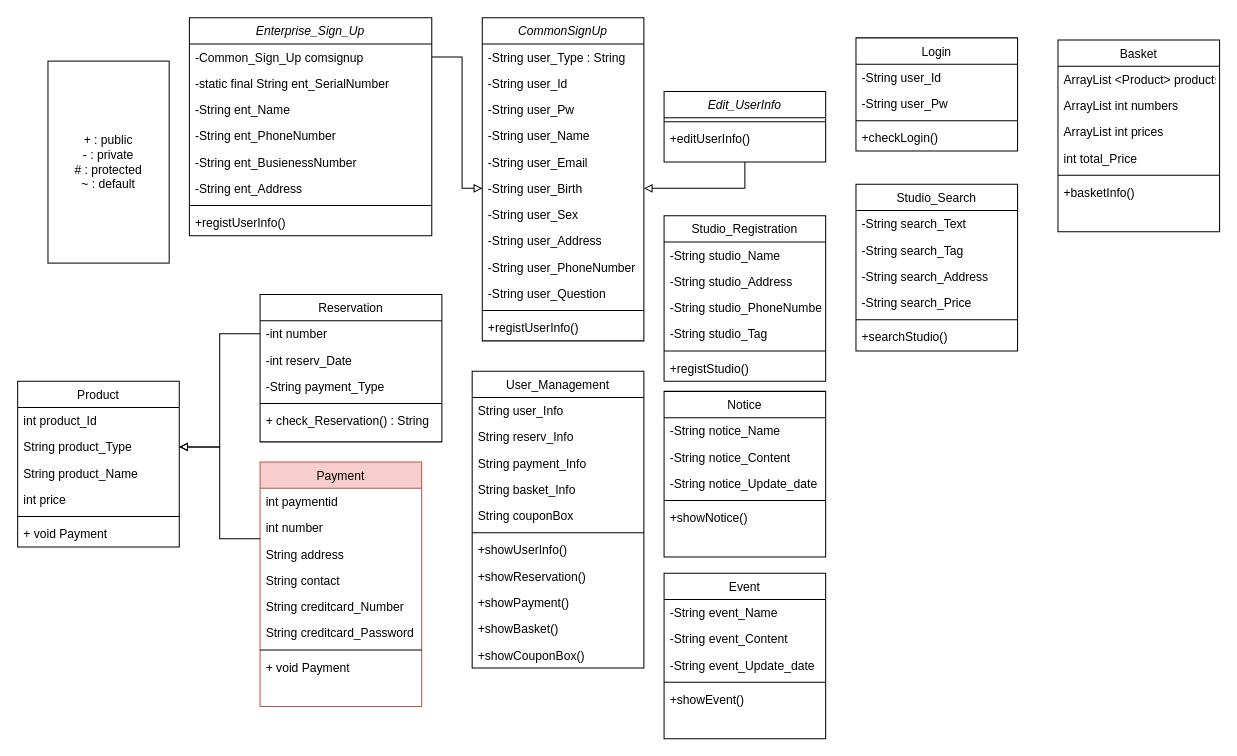
Before: Diagram/Class_Diagram/Class Diagram.drawio in IWPERSON/Documents, a draw.io diagram. Source tidied: cells renumbered, new cells numbered last; positions are measured from the earlier drawing's top-left corner, leaving out a move shared by most shapes. Both pictures are drawn from the tidied source at 101%, with x=0, y=0 at pixel (17, 17).
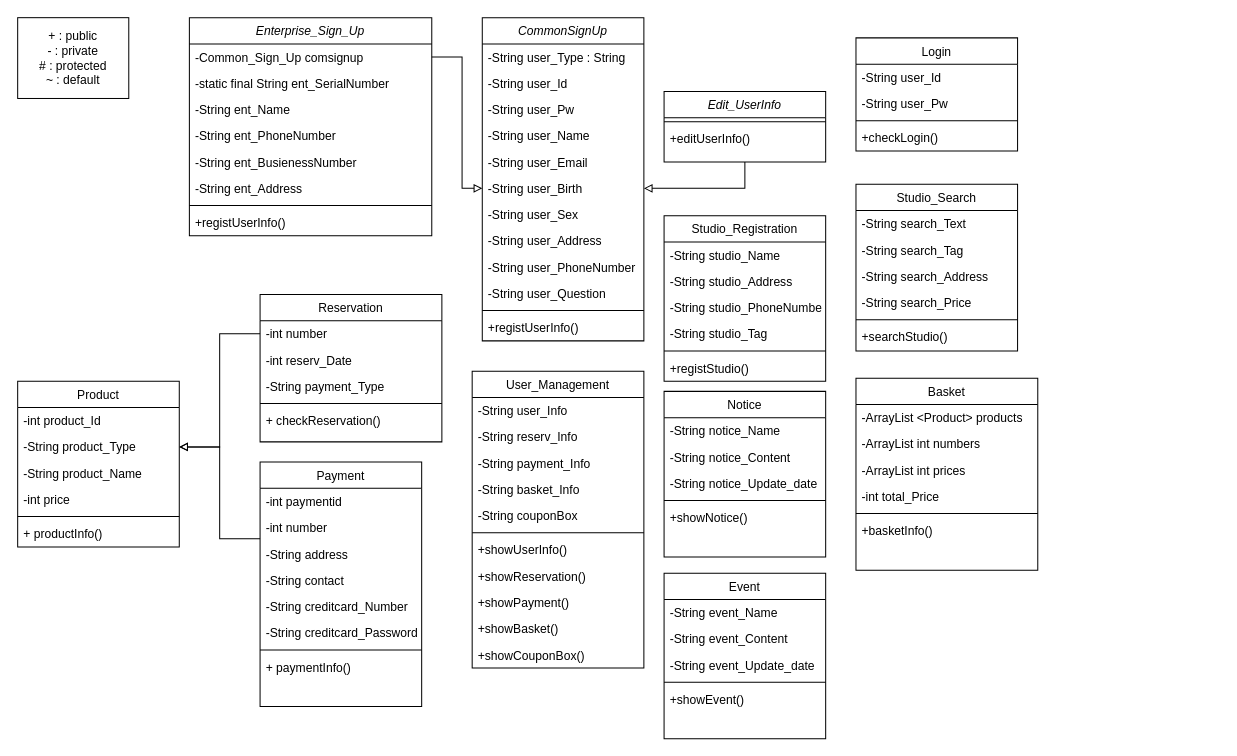
Above is the later version.

Commit message (it also covers changes not shown here):
06-14 class diagram 수정

The change refers to these unchanged cells:
```xml
<mxCell id="24" value="Reservation" style="swimlane;fontStyle=0;align=center;verticalAlign=top;horizontal=1;startSize=26;rounded=0;shadow=0;strokeWidth=1;" parent="1" vertex="1">
  <mxGeometry x="240" y="274" width="180" height="146" as="geometry" />
</mxCell>
<mxCell id="50" value="User_Management" style="swimlane;fontStyle=0;align=center;verticalAlign=top;horizontal=1;startSize=26;rounded=0;shadow=0;strokeWidth=1;" parent="1" vertex="1">
  <mxGeometry x="450" y="350" width="170" height="294" as="geometry" />
</mxCell>
<mxCell id="91" value="Product" style="swimlane;fontStyle=0;align=center;verticalAlign=top;horizontal=1;startSize=26;rounded=0;shadow=0;strokeWidth=1;" parent="1" vertex="1">
  <mxGeometry y="360" width="160" height="164" as="geometry" />
</mxCell>
```

Change to the diagram source:
```diff
@@
-    <mxCell id="15" value="Payment" style="swimlane;fontStyle=0;align=center;verticalAlign=top;horizontal=1;startSize=26;rounded=0;shadow=0;strokeWidth=1;fillColor=#f8cecc;strokeColor=#b85450;" parent="1" vertex="1">
+    <mxCell id="15" value="Payment" style="swimlane;fontStyle=0;align=center;verticalAlign=top;horizontal=1;startSize=26;rounded=0;shadow=0;strokeWidth=1;" parent="1" vertex="1">
       <mxGeometry x="240" y="440" width="160" height="242" as="geometry" />
     </mxCell>
-    <mxCell id="16" value="int paymentid" style="text;align=left;verticalAlign=top;spacingLeft=4;spacingRight=4;overflow=hidden;" parent="15" vertex="1">
+    <mxCell id="16" value="-int paymentid" style="text;align=left;verticalAlign=top;spacingLeft=4;spacingRight=4;overflow=hidden;" parent="15" vertex="1">
       <mxGeometry y="26" width="160" height="26" as="geometry" />
     </mxCell>
-    <mxCell id="17" value="int number" style="text;align=left;verticalAlign=top;spacingLeft=4;spacingRight=4;overflow=hidden;rounded=0;shadow=0;html=0;" parent="15" vertex="1">
+    <mxCell id="17" value="-int number" style="text;align=left;verticalAlign=top;spacingLeft=4;spacingRight=4;overflow=hidden;rounded=0;shadow=0;html=0;" parent="15" vertex="1">
       <mxGeometry y="52" width="160" height="26" as="geometry" />
     </mxCell>
-    <mxCell id="18" value="String address" style="text;align=left;verticalAlign=top;spacingLeft=4;spacingRight=4;overflow=hidden;rounded=0;shadow=0;html=0;" parent="15" vertex="1">
+    <mxCell id="18" value="-String address" style="text;align=left;verticalAlign=top;spacingLeft=4;spacingRight=4;overflow=hidden;rounded=0;shadow=0;html=0;" parent="15" vertex="1">
       <mxGeometry y="78" width="160" height="26" as="geometry" />
     </mxCell>
-    <mxCell id="19" value="String contact" style="text;align=left;verticalAlign=top;spacingLeft=4;spacingRight=4;overflow=hidden;rounded=0;shadow=0;html=0;" parent="15" vertex="1">
+    <mxCell id="19" value="-String contact" style="text;align=left;verticalAlign=top;spacingLeft=4;spacingRight=4;overflow=hidden;rounded=0;shadow=0;html=0;" parent="15" vertex="1">
       <mxGeometry y="104" width="160" height="26" as="geometry" />
     </mxCell>
-    <mxCell id="20" value="String creditcard_Number" style="text;align=left;verticalAlign=top;spacingLeft=4;spacingRight=4;overflow=hidden;rounded=0;shadow=0;html=0;" parent="15" vertex="1">
+    <mxCell id="20" value="-String creditcard_Number" style="text;align=left;verticalAlign=top;spacingLeft=4;spacingRight=4;overflow=hidden;rounded=0;shadow=0;html=0;" parent="15" vertex="1">
       <mxGeometry y="130" width="160" height="26" as="geometry" />
     </mxCell>
-    <mxCell id="21" value="String creditcard_Password" style="text;align=left;verticalAlign=top;spacingLeft=4;spacingRight=4;overflow=hidden;rounded=0;shadow=0;html=0;" parent="15" vertex="1">
+    <mxCell id="21" value="-String creditcard_Password" style="text;align=left;verticalAlign=top;spacingLeft=4;spacingRight=4;overflow=hidden;rounded=0;shadow=0;html=0;" parent="15" vertex="1">
       <mxGeometry y="156" width="160" height="26" as="geometry" />
     </mxCell>
@@
-    <mxCell id="23" value="+ void Payment" style="text;align=left;verticalAlign=top;spacingLeft=4;spacingRight=4;overflow=hidden;" parent="15" vertex="1">
+    <mxCell id="23" value="+ paymentInfo()" style="text;align=left;verticalAlign=top;spacingLeft=4;spacingRight=4;overflow=hidden;" parent="15" vertex="1">
       <mxGeometry y="190" width="160" height="26" as="geometry" />
     </mxCell>
@@
-    <mxCell id="29" value="+ check_Reservation() : String" style="text;align=left;verticalAlign=top;spacingLeft=4;spacingRight=4;overflow=hidden;" parent="24" vertex="1">
+    <mxCell id="29" value="+ checkReservation()" style="text;align=left;verticalAlign=top;spacingLeft=4;spacingRight=4;overflow=hidden;" parent="24" vertex="1">
       <mxGeometry y="112" width="180" height="28" as="geometry" />
     </mxCell>
@@
     <mxCell id="35" value="+ : public&lt;br&gt;- : private&lt;br&gt;# : protected&lt;br&gt;~ : default" style="rounded=0;whiteSpace=wrap;html=1;" parent="1" vertex="1">
-      <mxGeometry x="30" y="43" width="120" height="200" as="geometry" />
+      <mxGeometry width="110" height="80" as="geometry" />
     </mxCell>
     <mxCell id="36" value="Basket" style="swimlane;fontStyle=0;align=center;verticalAlign=top;horizontal=1;startSize=26;rounded=0;shadow=0;strokeWidth=1;" parent="1" vertex="1">
-      <mxGeometry x="1030" y="22" width="160" height="190" as="geometry" />
+      <mxGeometry x="830" y="357" width="180" height="190" as="geometry" />
     </mxCell>
-    <mxCell id="37" value="ArrayList &lt;Product&gt; products" style="text;align=left;verticalAlign=top;spacingLeft=4;spacingRight=4;overflow=hidden;" parent="36" vertex="1">
-      <mxGeometry y="26" width="160" height="26" as="geometry" />
+    <mxCell id="37" value="-ArrayList &lt;Product&gt; products" style="text;align=left;verticalAlign=top;spacingLeft=4;spacingRight=4;overflow=hidden;" parent="36" vertex="1">
+      <mxGeometry y="26" width="180" height="26" as="geometry" />
     </mxCell>
-    <mxCell id="38" value="ArrayList int numbers" style="text;align=left;verticalAlign=top;spacingLeft=4;spacingRight=4;overflow=hidden;rounded=0;shadow=0;html=0;" parent="36" vertex="1">
-      <mxGeometry y="52" width="160" height="26" as="geometry" />
+    <mxCell id="38" value="-ArrayList int numbers" style="text;align=left;verticalAlign=top;spacingLeft=4;spacingRight=4;overflow=hidden;rounded=0;shadow=0;html=0;" parent="36" vertex="1">
+      <mxGeometry y="52" width="180" height="26" as="geometry" />
     </mxCell>
-    <mxCell id="39" value="ArrayList int prices" style="text;align=left;verticalAlign=top;spacingLeft=4;spacingRight=4;overflow=hidden;rounded=0;shadow=0;html=0;" parent="36" vertex="1">
-      <mxGeometry y="78" width="160" height="26" as="geometry" />
+    <mxCell id="39" value="-ArrayList int prices" style="text;align=left;verticalAlign=top;spacingLeft=4;spacingRight=4;overflow=hidden;rounded=0;shadow=0;html=0;" parent="36" vertex="1">
+      <mxGeometry y="78" width="180" height="26" as="geometry" />
     </mxCell>
-    <mxCell id="40" value="int total_Price" style="text;align=left;verticalAlign=top;spacingLeft=4;spacingRight=4;overflow=hidden;rounded=0;shadow=0;html=0;" parent="36" vertex="1">
-      <mxGeometry y="104" width="160" height="26" as="geometry" />
+    <mxCell id="40" value="-int total_Price" style="text;align=left;verticalAlign=top;spacingLeft=4;spacingRight=4;overflow=hidden;rounded=0;shadow=0;html=0;" parent="36" vertex="1">
+      <mxGeometry y="104" width="180" height="26" as="geometry" />
     </mxCell>
     <mxCell id="41" style="line;html=1;strokeWidth=1;align=left;verticalAlign=middle;spacingTop=-1;spacingLeft=3;spacingRight=3;labelPosition=right;" parent="36" vertex="1">
-      <mxGeometry y="130" width="160" height="8" as="geometry" />
+      <mxGeometry y="130" width="180" height="8" as="geometry" />
     </mxCell>
     <mxCell id="42" value="+basketInfo()" style="text;align=left;verticalAlign=top;spacingLeft=4;spacingRight=4;overflow=hidden;" parent="36" vertex="1">
-      <mxGeometry y="138" width="160" height="26" as="geometry" />
+      <mxGeometry y="138" width="180" height="26" as="geometry" />
     </mxCell>
@@
-    <mxCell id="51" value="String user_Info" style="text;align=left;verticalAlign=top;spacingLeft=4;spacingRight=4;overflow=hidden;" parent="50" vertex="1">
+    <mxCell id="51" value="-String user_Info" style="text;align=left;verticalAlign=top;spacingLeft=4;spacingRight=4;overflow=hidden;" parent="50" vertex="1">
       <mxGeometry y="26" width="170" height="26" as="geometry" />
     </mxCell>
-    <mxCell id="52" value="String reserv_Info" style="text;align=left;verticalAlign=top;spacingLeft=4;spacingRight=4;overflow=hidden;rounded=0;shadow=0;html=0;" parent="50" vertex="1">
+    <mxCell id="52" value="-String reserv_Info" style="text;align=left;verticalAlign=top;spacingLeft=4;spacingRight=4;overflow=hidden;rounded=0;shadow=0;html=0;" parent="50" vertex="1">
       <mxGeometry y="52" width="170" height="26" as="geometry" />
     </mxCell>
-    <mxCell id="53" value="String payment_Info" style="text;align=left;verticalAlign=top;spacingLeft=4;spacingRight=4;overflow=hidden;rounded=0;shadow=0;html=0;" parent="50" vertex="1">
+    <mxCell id="53" value="-String payment_Info" style="text;align=left;verticalAlign=top;spacingLeft=4;spacingRight=4;overflow=hidden;rounded=0;shadow=0;html=0;" parent="50" vertex="1">
       <mxGeometry y="78" width="170" height="26" as="geometry" />
     </mxCell>
-    <mxCell id="54" value="String basket_Info" style="text;align=left;verticalAlign=top;spacingLeft=4;spacingRight=4;overflow=hidden;rounded=0;shadow=0;html=0;" parent="50" vertex="1">
+    <mxCell id="54" value="-String basket_Info" style="text;align=left;verticalAlign=top;spacingLeft=4;spacingRight=4;overflow=hidden;rounded=0;shadow=0;html=0;" parent="50" vertex="1">
       <mxGeometry y="104" width="170" height="26" as="geometry" />
     </mxCell>
-    <mxCell id="55" value="String couponBox" style="text;align=left;verticalAlign=top;spacingLeft=4;spacingRight=4;overflow=hidden;rounded=0;shadow=0;html=0;" parent="50" vertex="1">
+    <mxCell id="55" value="-String couponBox" style="text;align=left;verticalAlign=top;spacingLeft=4;spacingRight=4;overflow=hidden;rounded=0;shadow=0;html=0;" parent="50" vertex="1">
       <mxGeometry y="130" width="170" height="26" as="geometry" />
     </mxCell>
@@
-    <mxCell id="92" value="int product_Id&#10;" style="text;align=left;verticalAlign=top;spacingLeft=4;spacingRight=4;overflow=hidden;" parent="91" vertex="1">
+    <mxCell id="92" value="-int product_Id&#10;" style="text;align=left;verticalAlign=top;spacingLeft=4;spacingRight=4;overflow=hidden;" parent="91" vertex="1">
       <mxGeometry y="26" width="160" height="26" as="geometry" />
     </mxCell>
-    <mxCell id="93" value="String product_Type" style="text;align=left;verticalAlign=top;spacingLeft=4;spacingRight=4;overflow=hidden;points=[[0,0.5],[1,0.5]];portConstraint=eastwest;" parent="91" vertex="1">
+    <mxCell id="93" value="-String product_Type" style="text;align=left;verticalAlign=top;spacingLeft=4;spacingRight=4;overflow=hidden;points=[[0,0.5],[1,0.5]];portConstraint=eastwest;" parent="91" vertex="1">
       <mxGeometry y="52" width="160" height="26" as="geometry" />
     </mxCell>
-    <mxCell id="94" value="String product_Name" style="text;align=left;verticalAlign=top;spacingLeft=4;spacingRight=4;overflow=hidden;" parent="91" vertex="1">
+    <mxCell id="94" value="-String product_Name" style="text;align=left;verticalAlign=top;spacingLeft=4;spacingRight=4;overflow=hidden;" parent="91" vertex="1">
       <mxGeometry y="78" width="160" height="26" as="geometry" />
     </mxCell>
-    <mxCell id="95" value="int price" style="text;align=left;verticalAlign=top;spacingLeft=4;spacingRight=4;overflow=hidden;" parent="91" vertex="1">
+    <mxCell id="95" value="-int price" style="text;align=left;verticalAlign=top;spacingLeft=4;spacingRight=4;overflow=hidden;" parent="91" vertex="1">
       <mxGeometry y="104" width="160" height="26" as="geometry" />
     </mxCell>
@@
-    <mxCell id="97" value="+ void Payment" style="text;align=left;verticalAlign=top;spacingLeft=4;spacingRight=4;overflow=hidden;" parent="91" vertex="1">
+    <mxCell id="97" value="+ productInfo()" style="text;align=left;verticalAlign=top;spacingLeft=4;spacingRight=4;overflow=hidden;" parent="91" vertex="1">
       <mxGeometry y="138" width="160" height="26" as="geometry" />
     </mxCell>
```
